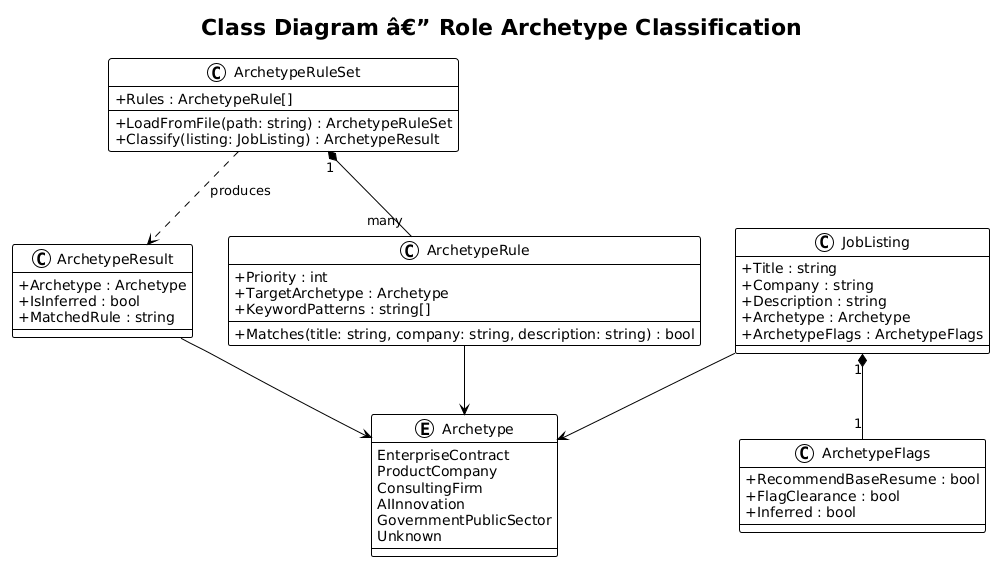
This is docs/detailed-designs/08-role-archetype-classification/diagrams/class_diagram.png from QuinntyneBrown/Orbit, a PlantUML export, as it was before one commit.
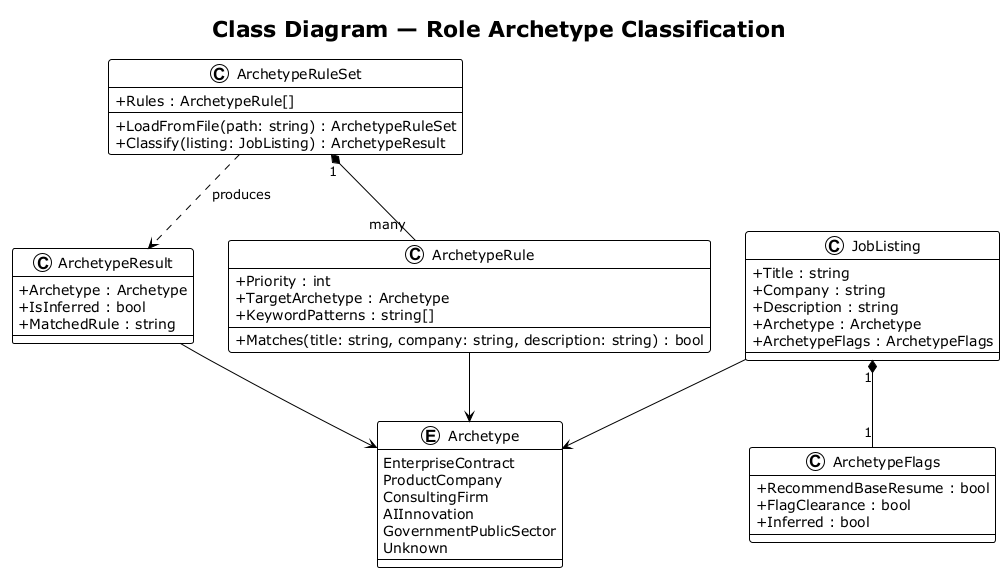
After the change.

Change to the diagram source:
```diff
@@ -1,8 +1,8 @@
-@startuml
+@startuml class_diagram
 !theme plain
 skinparam classAttributeIconSize 0
 
-title Class Diagram â€” Role Archetype Classification
+title Class Diagram — Role Archetype Classification
 
 enum Archetype {
     EnterpriseContract
@@ -52,4 +52,5 @@
 JobListing --> Archetype
 JobListing "1" *-- "1" ArchetypeFlags
 ArchetypeRuleSet ..> ArchetypeResult : produces
+
 @enduml
```
